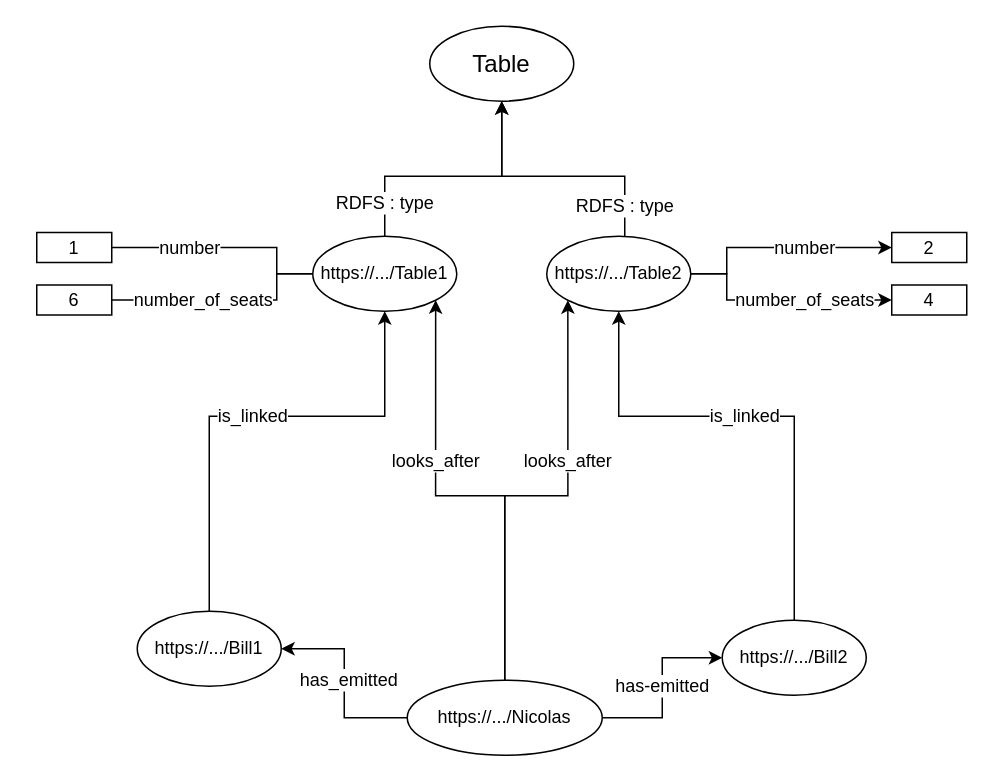
Above: schema/instanceTable.dio in CH-KevinDubois/MAS-RAD-4-WEB-Mini-Projet (draw.io), before the change. Source tidied: cells renumbered, new cells numbered last; positions are measured from the earlier drawing's top-left corner, leaving out a move shared by most shapes. Both pictures are drawn from the tidied source at 150%, with x=0, y=0 at pixel (36, 26).
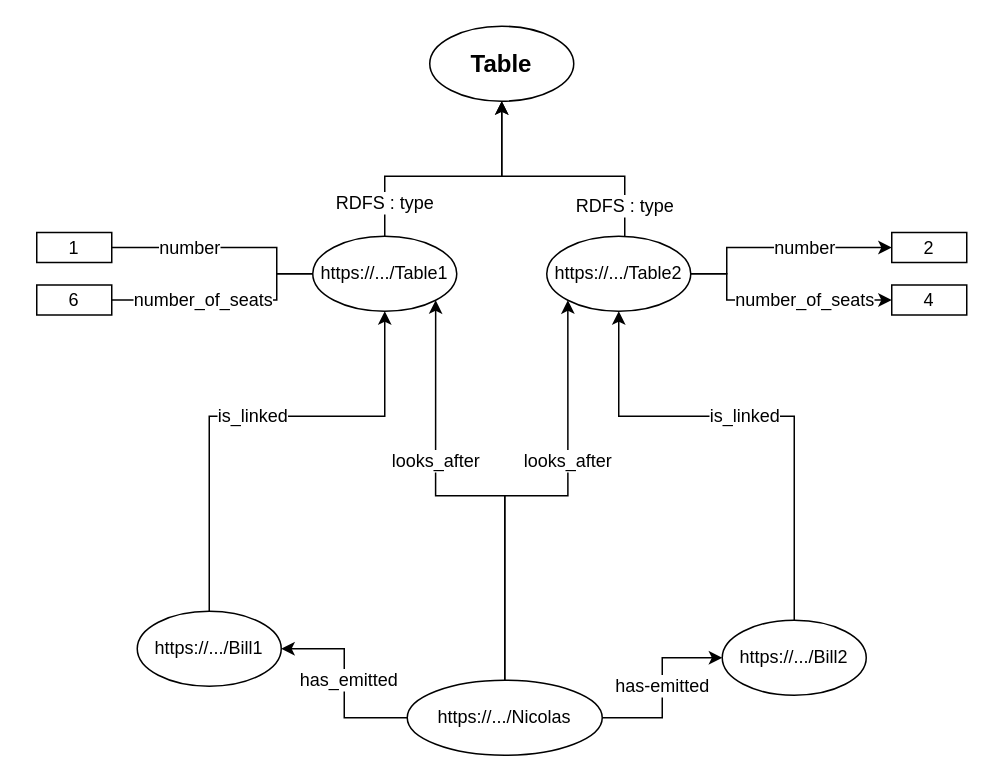
The same page after the edit.

What changed in the source:
```diff
@@
-    <mxCell id="17" value="Table" style="ellipse;whiteSpace=wrap;html=1;fontSize=16;" parent="1" vertex="1">
+    <mxCell id="17" value="Table" style="ellipse;whiteSpace=wrap;html=1;fontSize=16;fontStyle=1;" parent="1" vertex="1">
       <mxGeometry x="262" width="96" height="50" as="geometry" />
     </mxCell>
```
